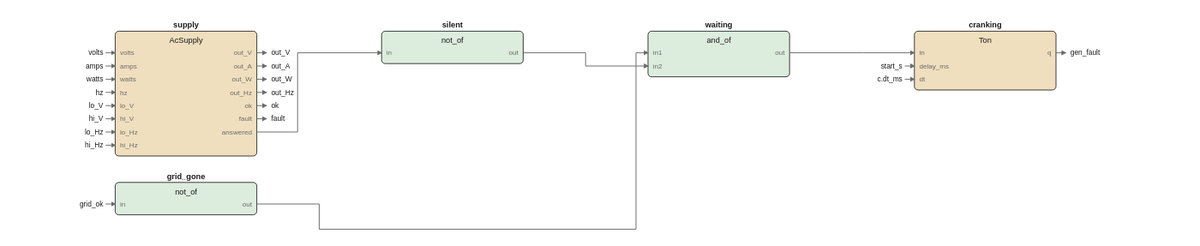
This is images/logic/ac_local_watch_fbd.drawio.svg from pstch/botanik2, a draw.io export, as it was before one commit. Source tidied: cells renumbered, new cells last; positions are measured from the earlier drawing's top-left corner, leaving out a move shared by most shapes.
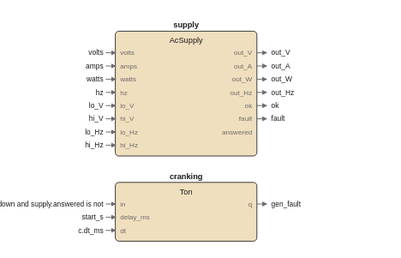
Later version of the same file.

What changed in the source:
```diff
@@ -56,278 +56,188 @@
     <mxCell id="19" value="answered" style="text;html=1;fontSize=5;fontColor=#6b6b6b;align=left;" parent="1" vertex="1">
       <mxGeometry x="124" y="90.2" width="40" height="9.8" as="geometry" />
     </mxCell>
-    <mxCell id="20" style="rounded=1;fillColor=#dcecdd;strokeColor=#1a1a1a;whiteSpace=wrap;html=1;fontSize=8;" parent="1" vertex="1">
-      <mxGeometry x="10" y="136" width="118" height="27" as="geometry" />
+    <mxCell id="20" style="rounded=1;fillColor=#f0dfbe;strokeColor=#1a1a1a;whiteSpace=wrap;html=1;fontSize=8;" parent="1" vertex="1">
+      <mxGeometry x="10" y="136" width="118" height="49" as="geometry" />
     </mxCell>
-    <mxCell id="21" value="grid_gone" style="text;html=1;fontSize=6;fontColor=#1a1a1a;align=center;fontStyle=1;" parent="1" vertex="1">
-      <mxGeometry x="69" y="126.4" width="45" height="10.6" as="geometry" />
+    <mxCell id="21" value="cranking" style="text;html=1;fontSize=6;fontColor=#1a1a1a;align=center;fontStyle=1;" parent="1" vertex="1">
+      <mxGeometry x="69" y="126.4" width="40" height="10.6" as="geometry" />
     </mxCell>
-    <mxCell id="22" value="not_of" style="text;html=1;fontSize=6;fontColor=#1a1a1a;align=center;" parent="1" vertex="1">
+    <mxCell id="22" value="Ton" style="text;html=1;fontSize=6;fontColor=#1a1a1a;align=center;" parent="1" vertex="1">
       <mxGeometry x="69" y="139.4" width="40" height="10.6" as="geometry" />
     </mxCell>
     <mxCell id="23" value="in" style="text;html=1;fontSize=5;fontColor=#6b6b6b;align=left;" parent="1" vertex="1">
       <mxGeometry x="14" y="150.2" width="40" height="9.8" as="geometry" />
     </mxCell>
-    <mxCell id="24" value="out" style="text;html=1;fontSize=5;fontColor=#6b6b6b;align=left;" parent="1" vertex="1">
-      <mxGeometry x="124" y="150.2" width="40" height="9.8" as="geometry" />
+    <mxCell id="24" value="delay_ms" style="text;html=1;fontSize=5;fontColor=#6b6b6b;align=left;" parent="1" vertex="1">
+      <mxGeometry x="14" y="161.2" width="40" height="9.8" as="geometry" />
     </mxCell>
-    <mxCell id="25" style="rounded=1;fillColor=#dcecdd;strokeColor=#1a1a1a;whiteSpace=wrap;html=1;fontSize=8;" parent="1" vertex="1">
-      <mxGeometry x="232" y="10" width="118" height="27" as="geometry" />
+    <mxCell id="25" value="dt" style="text;html=1;fontSize=5;fontColor=#6b6b6b;align=left;" parent="1" vertex="1">
+      <mxGeometry x="14" y="172.2" width="40" height="9.8" as="geometry" />
     </mxCell>
-    <mxCell id="26" value="silent" style="text;html=1;fontSize=6;fontColor=#1a1a1a;align=center;fontStyle=1;" parent="1" vertex="1">
-      <mxGeometry x="291" y="0.4" width="40" height="10.6" as="geometry" />
+    <mxCell id="26" value="q" style="text;html=1;fontSize=5;fontColor=#6b6b6b;align=left;" parent="1" vertex="1">
+      <mxGeometry x="124" y="150.2" width="40" height="9.8" as="geometry" />
     </mxCell>
-    <mxCell id="27" value="not_of" style="text;html=1;fontSize=6;fontColor=#1a1a1a;align=center;" parent="1" vertex="1">
-      <mxGeometry x="291" y="13.4" width="40" height="10.6" as="geometry" />
+    <mxCell id="27" value="volts" style="text;html=1;fontSize=6;fontColor=#1a1a1a;align=left;" parent="1" vertex="1">
+      <mxGeometry y="24" width="40" height="10" as="geometry" />
     </mxCell>
-    <mxCell id="28" value="in" style="text;html=1;fontSize=5;fontColor=#6b6b6b;align=left;" parent="1" vertex="1">
-      <mxGeometry x="236" y="24.2" width="40" height="9.8" as="geometry" />
-    </mxCell>
+    <mxCell id="83" style="edgeStyle=none;html=1;strokeColor=#6b6b6b;endArrow=block;" parent="1" edge="1">
+      <mxGeometry relative="1" as="geometry">
+        <mxPoint x="2" y="28" as="sourcePoint" />
+        <mxPoint x="10" y="28" as="targetPoint" />
+      </mxGeometry>
+    </mxCell>
-    <mxCell id="29" value="out" style="text;html=1;fontSize=5;fontColor=#6b6b6b;align=left;" parent="1" vertex="1">
-      <mxGeometry x="346" y="24.2" width="40" height="9.8" as="geometry" />
+    <mxCell id="29" value="amps" style="text;html=1;fontSize=6;fontColor=#1a1a1a;align=left;" parent="1" vertex="1">
+      <mxGeometry y="35" width="40" height="10" as="geometry" />
     </mxCell>
-    <mxCell id="30" style="rounded=1;fillColor=#dcecdd;strokeColor=#1a1a1a;whiteSpace=wrap;html=1;fontSize=8;" parent="1" vertex="1">
-      <mxGeometry x="454" y="10" width="118" height="38" as="geometry" />
-    </mxCell>
+    <mxCell id="84" style="edgeStyle=none;html=1;strokeColor=#6b6b6b;endArrow=block;" parent="1" edge="1">
+      <mxGeometry relative="1" as="geometry">
+        <mxPoint x="2" y="39" as="sourcePoint" />
+        <mxPoint x="10" y="39" as="targetPoint" />
+      </mxGeometry>
+    </mxCell>
-    <mxCell id="31" value="waiting" style="text;html=1;fontSize=6;fontColor=#1a1a1a;align=center;fontStyle=1;" parent="1" vertex="1">
-      <mxGeometry x="513" y="0.4" width="40" height="10.6" as="geometry" />
+    <mxCell id="31" value="watts" style="text;html=1;fontSize=6;fontColor=#1a1a1a;align=left;" parent="1" vertex="1">
+      <mxGeometry y="46" width="40" height="10" as="geometry" />
     </mxCell>
-    <mxCell id="32" value="and_of" style="text;html=1;fontSize=6;fontColor=#1a1a1a;align=center;" parent="1" vertex="1">
-      <mxGeometry x="513" y="13.4" width="40" height="10.6" as="geometry" />
-    </mxCell>
+    <mxCell id="85" style="edgeStyle=none;html=1;strokeColor=#6b6b6b;endArrow=block;" parent="1" edge="1">
+      <mxGeometry relative="1" as="geometry">
+        <mxPoint x="2" y="50" as="sourcePoint" />
+        <mxPoint x="10" y="50" as="targetPoint" />
+      </mxGeometry>
+    </mxCell>
-    <mxCell id="33" value="in1" style="text;html=1;fontSize=5;fontColor=#6b6b6b;align=left;" parent="1" vertex="1">
-      <mxGeometry x="458" y="24.2" width="40" height="9.8" as="geometry" />
+    <mxCell id="33" value="hz" style="text;html=1;fontSize=6;fontColor=#1a1a1a;align=left;" parent="1" vertex="1">
+      <mxGeometry y="57" width="40" height="10" as="geometry" />
     </mxCell>
-    <mxCell id="34" value="in2" style="text;html=1;fontSize=5;fontColor=#6b6b6b;align=left;" parent="1" vertex="1">
-      <mxGeometry x="458" y="35.2" width="40" height="9.8" as="geometry" />
-    </mxCell>
+    <mxCell id="86" style="edgeStyle=none;html=1;strokeColor=#6b6b6b;endArrow=block;" parent="1" edge="1">
+      <mxGeometry relative="1" as="geometry">
+        <mxPoint x="2" y="61" as="sourcePoint" />
+        <mxPoint x="10" y="61" as="targetPoint" />
+      </mxGeometry>
+    </mxCell>
-    <mxCell id="35" value="out" style="text;html=1;fontSize=5;fontColor=#6b6b6b;align=left;" parent="1" vertex="1">
-      <mxGeometry x="568" y="24.2" width="40" height="9.8" as="geometry" />
+    <mxCell id="35" value="lo_V" style="text;html=1;fontSize=6;fontColor=#1a1a1a;align=left;" parent="1" vertex="1">
+      <mxGeometry y="68" width="40" height="10" as="geometry" />
     </mxCell>
-    <mxCell id="36" style="rounded=1;fillColor=#f0dfbe;strokeColor=#1a1a1a;whiteSpace=wrap;html=1;fontSize=8;" parent="1" vertex="1">
-      <mxGeometry x="676" y="10" width="118" height="49" as="geometry" />
-    </mxCell>
+    <mxCell id="87" style="edgeStyle=none;html=1;strokeColor=#6b6b6b;endArrow=block;" parent="1" edge="1">
+      <mxGeometry relative="1" as="geometry">
+        <mxPoint x="2" y="72" as="sourcePoint" />
+        <mxPoint x="10" y="72" as="targetPoint" />
+      </mxGeometry>
+    </mxCell>
-    <mxCell id="37" value="cranking" style="text;html=1;fontSize=6;fontColor=#1a1a1a;align=center;fontStyle=1;" parent="1" vertex="1">
-      <mxGeometry x="735" y="0.4" width="40" height="10.6" as="geometry" />
+    <mxCell id="37" value="hi_V" style="text;html=1;fontSize=6;fontColor=#1a1a1a;align=left;" parent="1" vertex="1">
+      <mxGeometry y="79" width="40" height="10" as="geometry" />
     </mxCell>
-    <mxCell id="38" value="Ton" style="text;html=1;fontSize=6;fontColor=#1a1a1a;align=center;" parent="1" vertex="1">
-      <mxGeometry x="735" y="13.4" width="40" height="10.6" as="geometry" />
-    </mxCell>
+    <mxCell id="88" style="edgeStyle=none;html=1;strokeColor=#6b6b6b;endArrow=block;" parent="1" edge="1">
+      <mxGeometry relative="1" as="geometry">
+        <mxPoint x="2" y="83" as="sourcePoint" />
+        <mxPoint x="10" y="83" as="targetPoint" />
+      </mxGeometry>
+    </mxCell>
-    <mxCell id="39" value="in" style="text;html=1;fontSize=5;fontColor=#6b6b6b;align=left;" parent="1" vertex="1">
-      <mxGeometry x="680" y="24.2" width="40" height="9.8" as="geometry" />
+    <mxCell id="39" value="lo_Hz" style="text;html=1;fontSize=6;fontColor=#1a1a1a;align=left;" parent="1" vertex="1">
+      <mxGeometry y="90" width="40" height="10" as="geometry" />
     </mxCell>
-    <mxCell id="40" value="delay_ms" style="text;html=1;fontSize=5;fontColor=#6b6b6b;align=left;" parent="1" vertex="1">
-      <mxGeometry x="680" y="35.2" width="40" height="9.8" as="geometry" />
-    </mxCell>
+    <mxCell id="89" style="edgeStyle=none;html=1;strokeColor=#6b6b6b;endArrow=block;" parent="1" edge="1">
+      <mxGeometry relative="1" as="geometry">
+        <mxPoint x="2" y="94" as="sourcePoint" />
+        <mxPoint x="10" y="94" as="targetPoint" />
+      </mxGeometry>
+    </mxCell>
-    <mxCell id="41" value="dt" style="text;html=1;fontSize=5;fontColor=#6b6b6b;align=left;" parent="1" vertex="1">
-      <mxGeometry x="680" y="46.2" width="40" height="9.8" as="geometry" />
+    <mxCell id="41" value="hi_Hz" style="text;html=1;fontSize=6;fontColor=#1a1a1a;align=left;" parent="1" vertex="1">
+      <mxGeometry y="101" width="40" height="10" as="geometry" />
     </mxCell>
-    <mxCell id="42" value="q" style="text;html=1;fontSize=5;fontColor=#6b6b6b;align=left;" parent="1" vertex="1">
-      <mxGeometry x="790" y="24.2" width="40" height="9.8" as="geometry" />
-    </mxCell>
-    <mxCell id="43" style="edgeStyle=none;html=1;strokeColor=#6b6b6b;endArrow=block;" parent="1" edge="1">
-      <mxGeometry relative="1" as="geometry">
-        <mxPoint x="128" y="94" as="sourcePoint" />
-        <mxPoint x="232" y="28" as="targetPoint" />
-        <Array as="points">
-          <mxPoint x="162" y="94" />
-          <mxPoint x="162" y="28" />
-        </Array>
-      </mxGeometry>
-    </mxCell>
+    <mxCell id="90" style="edgeStyle=none;html=1;strokeColor=#6b6b6b;endArrow=block;" parent="1" edge="1">
+      <mxGeometry relative="1" as="geometry">
+        <mxPoint x="2" y="105" as="sourcePoint" />
+        <mxPoint x="10" y="105" as="targetPoint" />
+      </mxGeometry>
+    </mxCell>
+    <mxCell id="91" value="grid_ok is down and supply.answered is not" style="text;html=1;fontSize=6;fontColor=#1a1a1a;align=left;" parent="1" vertex="1">
+      <mxGeometry y="150" width="210" height="10" as="geometry" />
+    </mxCell>
     <mxCell id="44" style="edgeStyle=none;html=1;strokeColor=#6b6b6b;endArrow=block;" parent="1" edge="1">
       <mxGeometry relative="1" as="geometry">
-        <mxPoint x="128" y="154" as="sourcePoint" />
-        <mxPoint x="454" y="28" as="targetPoint" />
-        <Array as="points">
-          <mxPoint x="180" y="154" />
-          <mxPoint x="180" y="175" />
-          <mxPoint x="444" y="175" />
-          <mxPoint x="444" y="28" />
-        </Array>
+        <mxPoint x="2" y="154" as="sourcePoint" />
+        <mxPoint x="10" y="154" as="targetPoint" />
       </mxGeometry>
     </mxCell>
-    <mxCell id="45" style="edgeStyle=none;html=1;strokeColor=#6b6b6b;endArrow=block;" parent="1" edge="1">
-      <mxGeometry relative="1" as="geometry">
-        <mxPoint x="350" y="28" as="sourcePoint" />
-        <mxPoint x="454" y="39" as="targetPoint" />
-        <Array as="points">
-          <mxPoint x="402" y="28" />
-          <mxPoint x="402" y="39" />
-        </Array>
-      </mxGeometry>
-    </mxCell>
+    <mxCell id="65" value="start_s" style="text;html=1;fontSize=6;fontColor=#1a1a1a;align=left;" parent="1" vertex="1">
+      <mxGeometry y="161" width="40" height="10" as="geometry" />
+    </mxCell>
     <mxCell id="46" style="edgeStyle=none;html=1;strokeColor=#6b6b6b;endArrow=block;" parent="1" edge="1">
       <mxGeometry relative="1" as="geometry">
-        <mxPoint x="572" y="28" as="sourcePoint" />
-        <mxPoint x="676" y="28" as="targetPoint" />
-        <Array as="points">
-          <mxPoint x="633" y="28" />
-          <mxPoint x="633" y="28" />
-        </Array>
+        <mxPoint x="2" y="165" as="sourcePoint" />
+        <mxPoint x="10" y="165" as="targetPoint" />
       </mxGeometry>
     </mxCell>
-    <mxCell id="47" value="volts" style="text;html=1;fontSize=6;fontColor=#1a1a1a;align=left;" parent="1" vertex="1">
-      <mxGeometry y="24" width="40" height="10" as="geometry" />
+    <mxCell id="47" value="c.dt_ms" style="text;html=1;fontSize=6;fontColor=#1a1a1a;align=left;" parent="1" vertex="1">
+      <mxGeometry y="172" width="40" height="10" as="geometry" />
     </mxCell>
     <mxCell id="48" style="edgeStyle=none;html=1;strokeColor=#6b6b6b;endArrow=block;" parent="1" edge="1">
       <mxGeometry relative="1" as="geometry">
-        <mxPoint x="2" y="28" as="sourcePoint" />
-        <mxPoint x="10" y="28" as="targetPoint" />
+        <mxPoint x="2" y="176" as="sourcePoint" />
+        <mxPoint x="10" y="176" as="targetPoint" />
       </mxGeometry>
     </mxCell>
-    <mxCell id="49" value="amps" style="text;html=1;fontSize=6;fontColor=#1a1a1a;align=left;" parent="1" vertex="1">
-      <mxGeometry y="35" width="40" height="10" as="geometry" />
-    </mxCell>
-    <mxCell id="50" style="edgeStyle=none;html=1;strokeColor=#6b6b6b;endArrow=block;" parent="1" edge="1">
-      <mxGeometry relative="1" as="geometry">
-        <mxPoint x="2" y="39" as="sourcePoint" />
-        <mxPoint x="10" y="39" as="targetPoint" />
-      </mxGeometry>
-    </mxCell>
-    <mxCell id="51" value="watts" style="text;html=1;fontSize=6;fontColor=#1a1a1a;align=left;" parent="1" vertex="1">
-      <mxGeometry y="46" width="40" height="10" as="geometry" />
-    </mxCell>
-    <mxCell id="52" style="edgeStyle=none;html=1;strokeColor=#6b6b6b;endArrow=block;" parent="1" edge="1">
-      <mxGeometry relative="1" as="geometry">
-        <mxPoint x="2" y="50" as="sourcePoint" />
-        <mxPoint x="10" y="50" as="targetPoint" />
-      </mxGeometry>
-    </mxCell>
-    <mxCell id="53" value="hz" style="text;html=1;fontSize=6;fontColor=#1a1a1a;align=left;" parent="1" vertex="1">
-      <mxGeometry y="57" width="40" height="10" as="geometry" />
-    </mxCell>
-    <mxCell id="54" style="edgeStyle=none;html=1;strokeColor=#6b6b6b;endArrow=block;" parent="1" edge="1">
-      <mxGeometry relative="1" as="geometry">
-        <mxPoint x="2" y="61" as="sourcePoint" />
-        <mxPoint x="10" y="61" as="targetPoint" />
-      </mxGeometry>
-    </mxCell>
-    <mxCell id="55" value="lo_V" style="text;html=1;fontSize=6;fontColor=#1a1a1a;align=left;" parent="1" vertex="1">
-      <mxGeometry y="68" width="40" height="10" as="geometry" />
-    </mxCell>
-    <mxCell id="56" style="edgeStyle=none;html=1;strokeColor=#6b6b6b;endArrow=block;" parent="1" edge="1">
-      <mxGeometry relative="1" as="geometry">
-        <mxPoint x="2" y="72" as="sourcePoint" />
-        <mxPoint x="10" y="72" as="targetPoint" />
-      </mxGeometry>
-    </mxCell>
-    <mxCell id="57" value="hi_V" style="text;html=1;fontSize=6;fontColor=#1a1a1a;align=left;" parent="1" vertex="1">
-      <mxGeometry y="79" width="40" height="10" as="geometry" />
-    </mxCell>
-    <mxCell id="58" style="edgeStyle=none;html=1;strokeColor=#6b6b6b;endArrow=block;" parent="1" edge="1">
-      <mxGeometry relative="1" as="geometry">
-        <mxPoint x="2" y="83" as="sourcePoint" />
-        <mxPoint x="10" y="83" as="targetPoint" />
-      </mxGeometry>
-    </mxCell>
-    <mxCell id="59" value="lo_Hz" style="text;html=1;fontSize=6;fontColor=#1a1a1a;align=left;" parent="1" vertex="1">
-      <mxGeometry y="90" width="40" height="10" as="geometry" />
-    </mxCell>
-    <mxCell id="60" style="edgeStyle=none;html=1;strokeColor=#6b6b6b;endArrow=block;" parent="1" edge="1">
-      <mxGeometry relative="1" as="geometry">
-        <mxPoint x="2" y="94" as="sourcePoint" />
-        <mxPoint x="10" y="94" as="targetPoint" />
-      </mxGeometry>
-    </mxCell>
-    <mxCell id="61" value="hi_Hz" style="text;html=1;fontSize=6;fontColor=#1a1a1a;align=left;" parent="1" vertex="1">
-      <mxGeometry y="101" width="40" height="10" as="geometry" />
-    </mxCell>
-    <mxCell id="62" style="edgeStyle=none;html=1;strokeColor=#6b6b6b;endArrow=block;" parent="1" edge="1">
-      <mxGeometry relative="1" as="geometry">
-        <mxPoint x="2" y="105" as="sourcePoint" />
-        <mxPoint x="10" y="105" as="targetPoint" />
-      </mxGeometry>
-    </mxCell>
-    <mxCell id="63" value="grid_ok" style="text;html=1;fontSize=6;fontColor=#1a1a1a;align=left;" parent="1" vertex="1">
-      <mxGeometry y="150" width="40" height="10" as="geometry" />
-    </mxCell>
-    <mxCell id="64" style="edgeStyle=none;html=1;strokeColor=#6b6b6b;endArrow=block;" parent="1" edge="1">
-      <mxGeometry relative="1" as="geometry">
-        <mxPoint x="2" y="154" as="sourcePoint" />
-        <mxPoint x="10" y="154" as="targetPoint" />
-      </mxGeometry>
-    </mxCell>
-    <mxCell id="65" value="start_s" style="text;html=1;fontSize=6;fontColor=#1a1a1a;align=left;" parent="1" vertex="1">
-      <mxGeometry x="666" y="35" width="40" height="10" as="geometry" />
-    </mxCell>
-    <mxCell id="66" style="edgeStyle=none;html=1;strokeColor=#6b6b6b;endArrow=block;" parent="1" edge="1">
-      <mxGeometry relative="1" as="geometry">
-        <mxPoint x="668" y="39" as="sourcePoint" />
-        <mxPoint x="676" y="39" as="targetPoint" />
-      </mxGeometry>
-    </mxCell>
-    <mxCell id="67" value="c.dt_ms" style="text;html=1;fontSize=6;fontColor=#1a1a1a;align=left;" parent="1" vertex="1">
-      <mxGeometry x="666" y="46" width="40" height="10" as="geometry" />
-    </mxCell>
-    <mxCell id="68" style="edgeStyle=none;html=1;strokeColor=#6b6b6b;endArrow=block;" parent="1" edge="1">
-      <mxGeometry relative="1" as="geometry">
-        <mxPoint x="668" y="50" as="sourcePoint" />
-        <mxPoint x="676" y="50" as="targetPoint" />
-      </mxGeometry>
-    </mxCell>
-    <mxCell id="69" style="edgeStyle=none;html=1;strokeColor=#6b6b6b;endArrow=block;" parent="1" edge="1">
-      <mxGeometry relative="1" as="geometry">
-        <mxPoint x="128" y="28" as="sourcePoint" />
-        <mxPoint x="136" y="28" as="targetPoint" />
-      </mxGeometry>
-    </mxCell>
+    <mxCell id="92" style="edgeStyle=none;html=1;strokeColor=#6b6b6b;endArrow=block;" parent="1" edge="1">
+      <mxGeometry relative="1" as="geometry">
+        <mxPoint x="128" y="28" as="sourcePoint" />
+        <mxPoint x="136" y="28" as="targetPoint" />
+      </mxGeometry>
+    </mxCell>
     <mxCell id="70" value="out_V" style="text;html=1;fontSize=6;fontColor=#1a1a1a;align=left;" parent="1" vertex="1">
       <mxGeometry x="140" y="24" width="40" height="10" as="geometry" />
     </mxCell>
-    <mxCell id="71" style="edgeStyle=none;html=1;strokeColor=#6b6b6b;endArrow=block;" parent="1" edge="1">
-      <mxGeometry relative="1" as="geometry">
-        <mxPoint x="128" y="39" as="sourcePoint" />
-        <mxPoint x="136" y="39" as="targetPoint" />
-      </mxGeometry>
-    </mxCell>
+    <mxCell id="93" style="edgeStyle=none;html=1;strokeColor=#6b6b6b;endArrow=block;" parent="1" edge="1">
+      <mxGeometry relative="1" as="geometry">
+        <mxPoint x="128" y="39" as="sourcePoint" />
+        <mxPoint x="136" y="39" as="targetPoint" />
+      </mxGeometry>
+    </mxCell>
     <mxCell id="72" value="out_A" style="text;html=1;fontSize=6;fontColor=#1a1a1a;align=left;" parent="1" vertex="1">
       <mxGeometry x="140" y="35" width="40" height="10" as="geometry" />
     </mxCell>
-    <mxCell id="73" style="edgeStyle=none;html=1;strokeColor=#6b6b6b;endArrow=block;" parent="1" edge="1">
-      <mxGeometry relative="1" as="geometry">
-        <mxPoint x="128" y="50" as="sourcePoint" />
-        <mxPoint x="136" y="50" as="targetPoint" />
-      </mxGeometry>
-    </mxCell>
+    <mxCell id="94" style="edgeStyle=none;html=1;strokeColor=#6b6b6b;endArrow=block;" parent="1" edge="1">
+      <mxGeometry relative="1" as="geometry">
+        <mxPoint x="128" y="50" as="sourcePoint" />
+        <mxPoint x="136" y="50" as="targetPoint" />
+      </mxGeometry>
+    </mxCell>
     <mxCell id="74" value="out_W" style="text;html=1;fontSize=6;fontColor=#1a1a1a;align=left;" parent="1" vertex="1">
       <mxGeometry x="140" y="46" width="40" height="10" as="geometry" />
     </mxCell>
-    <mxCell id="75" style="edgeStyle=none;html=1;strokeColor=#6b6b6b;endArrow=block;" parent="1" edge="1">
-      <mxGeometry relative="1" as="geometry">
-        <mxPoint x="128" y="61" as="sourcePoint" />
-        <mxPoint x="136" y="61" as="targetPoint" />
-      </mxGeometry>
-    </mxCell>
+    <mxCell id="95" style="edgeStyle=none;html=1;strokeColor=#6b6b6b;endArrow=block;" parent="1" edge="1">
+      <mxGeometry relative="1" as="geometry">
+        <mxPoint x="128" y="61" as="sourcePoint" />
+        <mxPoint x="136" y="61" as="targetPoint" />
+      </mxGeometry>
+    </mxCell>
     <mxCell id="76" value="out_Hz" style="text;html=1;fontSize=6;fontColor=#1a1a1a;align=left;" parent="1" vertex="1">
       <mxGeometry x="140" y="57" width="40" height="10" as="geometry" />
     </mxCell>
-    <mxCell id="77" style="edgeStyle=none;html=1;strokeColor=#6b6b6b;endArrow=block;" parent="1" edge="1">
-      <mxGeometry relative="1" as="geometry">
-        <mxPoint x="128" y="72" as="sourcePoint" />
-        <mxPoint x="136" y="72" as="targetPoint" />
-      </mxGeometry>
-    </mxCell>
+    <mxCell id="96" style="edgeStyle=none;html=1;strokeColor=#6b6b6b;endArrow=block;" parent="1" edge="1">
+      <mxGeometry relative="1" as="geometry">
+        <mxPoint x="128" y="72" as="sourcePoint" />
+        <mxPoint x="136" y="72" as="targetPoint" />
+      </mxGeometry>
+    </mxCell>
     <mxCell id="78" value="ok" style="text;html=1;fontSize=6;fontColor=#1a1a1a;align=left;" parent="1" vertex="1">
       <mxGeometry x="140" y="68" width="40" height="10" as="geometry" />
     </mxCell>
-    <mxCell id="79" style="edgeStyle=none;html=1;strokeColor=#6b6b6b;endArrow=block;" parent="1" edge="1">
-      <mxGeometry relative="1" as="geometry">
-        <mxPoint x="128" y="83" as="sourcePoint" />
-        <mxPoint x="136" y="83" as="targetPoint" />
-      </mxGeometry>
-    </mxCell>
+    <mxCell id="97" style="edgeStyle=none;html=1;strokeColor=#6b6b6b;endArrow=block;" parent="1" edge="1">
+      <mxGeometry relative="1" as="geometry">
+        <mxPoint x="128" y="83" as="sourcePoint" />
+        <mxPoint x="136" y="83" as="targetPoint" />
+      </mxGeometry>
+    </mxCell>
     <mxCell id="80" value="fault" style="text;html=1;fontSize=6;fontColor=#1a1a1a;align=left;" parent="1" vertex="1">
       <mxGeometry x="140" y="79" width="40" height="10" as="geometry" />
     </mxCell>
-    <mxCell id="81" style="edgeStyle=none;html=1;strokeColor=#6b6b6b;endArrow=block;" parent="1" edge="1">
-      <mxGeometry relative="1" as="geometry">
-        <mxPoint x="794" y="28" as="sourcePoint" />
-        <mxPoint x="802" y="28" as="targetPoint" />
-      </mxGeometry>
-    </mxCell>
+    <mxCell id="98" style="edgeStyle=none;html=1;strokeColor=#6b6b6b;endArrow=block;" parent="1" edge="1">
+      <mxGeometry relative="1" as="geometry">
+        <mxPoint x="128" y="154" as="sourcePoint" />
+        <mxPoint x="136" y="154" as="targetPoint" />
+      </mxGeometry>
+    </mxCell>
     <mxCell id="82" value="gen_fault" style="text;html=1;fontSize=6;fontColor=#1a1a1a;align=left;" parent="1" vertex="1">
-      <mxGeometry x="806" y="24" width="45" height="10" as="geometry" />
+      <mxGeometry x="140" y="150" width="45" height="10" as="geometry" />
     </mxCell>
   </root>
 </mxGraphModel>
```
